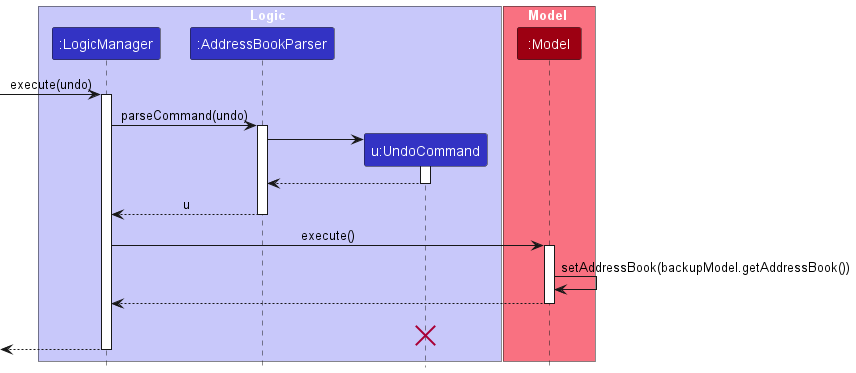
Earlier version of the PlantUML export docs/images/UndoSequenceDiagram.png (nus-cs2103-AY2324S1/tp).
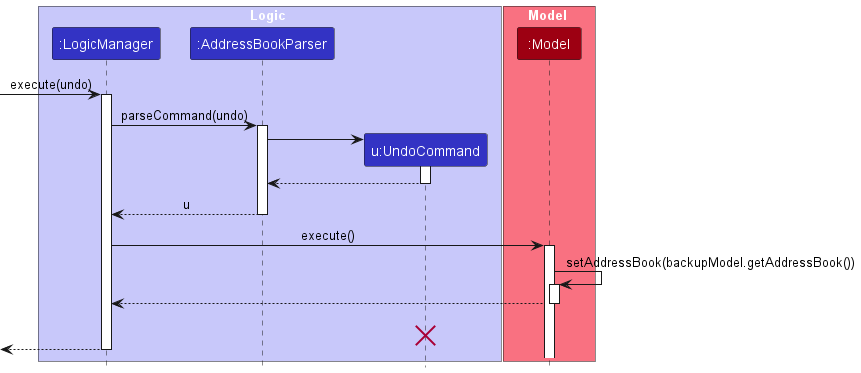
After the change.

Diff of the diagram source:
```diff
@@ -34,6 +34,8 @@
 activate Model
 
 Model -> Model : setAddressBook(backupModel.getAddressBook())
+activate Model
+
 Model --> LogicManager
 deactivate Model
 
```
